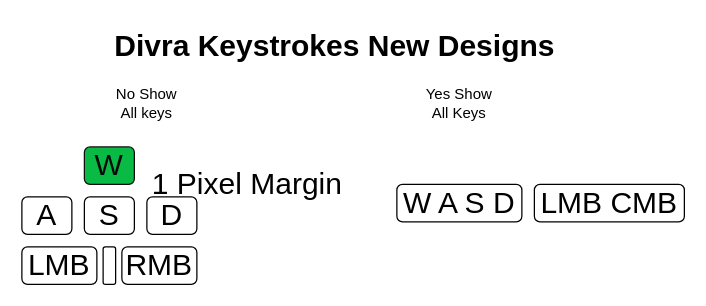
Above: Images/UiElements.drawio in BlxCode/Divra-Bloxd-Extention (draw.io), before the change. Source tidied: cells renumbered, new cells numbered last; positions are measured from the earlier drawing's top-left corner, leaving out a move shared by most shapes. Both pictures are drawn from the tidied source at 125%, with x=0, y=0 at pixel (21, 21).
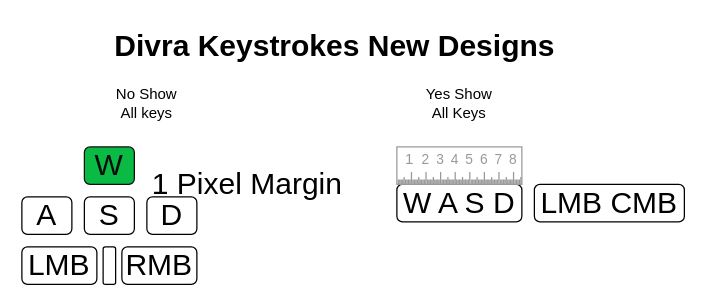
The same page after the edit.

Diff of the diagram source:
```diff
@@
 <mxGraphModel>
   <root>
     <mxCell id="0" />
     <mxCell id="1" parent="0" />
     <mxCell id="2" value="Divra Keystrokes New Designs&lt;br&gt;" style="text;strokeColor=none;fillColor=none;html=1;fontSize=24;fontStyle=1;verticalAlign=middle;align=center;" parent="1" vertex="1">
       <mxGeometry x="200" width="100" height="40" as="geometry" />
     </mxCell>
     <mxCell id="3" value="No Show All keys" style="text;html=1;strokeColor=none;fillColor=none;align=center;verticalAlign=middle;whiteSpace=wrap;rounded=0;" parent="1" vertex="1">
       <mxGeometry x="70" y="50" width="60" height="30" as="geometry" />
     </mxCell>
     <mxCell id="4" value="Yes Show All Keys" style="text;html=1;strokeColor=none;fillColor=none;align=center;verticalAlign=middle;whiteSpace=wrap;rounded=0;" parent="1" vertex="1">
       <mxGeometry x="320" y="50" width="60" height="30" as="geometry" />
     </mxCell>
     <mxCell id="5" value="&lt;font color=&quot;#0a0a0a&quot; style=&quot;font-size: 24px;&quot;&gt;W&lt;/font&gt;" style="rounded=1;whiteSpace=wrap;html=1;fillColor=#09BA44;strokeColor=#0F0F0F;" parent="1" vertex="1">
       <mxGeometry x="50" y="100" width="40" height="30" as="geometry" />
     </mxCell>
     <mxCell id="6" value="&lt;span style=&quot;font-size: 24px;&quot;&gt;S&lt;/span&gt;" style="rounded=1;whiteSpace=wrap;html=1;" parent="1" vertex="1">
       <mxGeometry x="50" y="140" width="40" height="30" as="geometry" />
     </mxCell>
     <mxCell id="7" value="&lt;span style=&quot;font-size: 24px;&quot;&gt;A&lt;/span&gt;" style="rounded=1;whiteSpace=wrap;html=1;" parent="1" vertex="1">
       <mxGeometry y="140" width="40" height="30" as="geometry" />
     </mxCell>
     <mxCell id="8" value="1 Pixel Margin" style="text;html=1;align=center;verticalAlign=middle;strokeColor=none;fillColor=none;fontSize=24;" parent="1" vertex="1">
       <mxGeometry x="90" y="110" width="180" height="40" as="geometry" />
     </mxCell>
     <mxCell id="9" value="&lt;span style=&quot;font-size: 24px;&quot;&gt;D&lt;/span&gt;" style="rounded=1;whiteSpace=wrap;html=1;" parent="1" vertex="1">
       <mxGeometry x="100" y="140" width="40" height="30" as="geometry" />
     </mxCell>
     <mxCell id="10" value="&lt;span style=&quot;font-size: 24px;&quot;&gt;LMB&lt;/span&gt;" style="rounded=1;whiteSpace=wrap;html=1;" parent="1" vertex="1">
       <mxGeometry y="180" width="60" height="30" as="geometry" />
     </mxCell>
     <mxCell id="11" value="&lt;span style=&quot;font-size: 24px;&quot;&gt;RMB&lt;/span&gt;" style="rounded=1;whiteSpace=wrap;html=1;" parent="1" vertex="1">
       <mxGeometry x="80" y="180" width="60" height="30" as="geometry" />
     </mxCell>
     <mxCell id="12" style="rounded=1;whiteSpace=wrap;html=1;arcSize=17;" parent="1" vertex="1">
       <mxGeometry x="65" y="180" width="10" height="30" as="geometry" />
     </mxCell>
     <mxCell id="13" value="&lt;span style=&quot;font-size: 24px;&quot;&gt;W A S D&lt;/span&gt;" style="rounded=1;whiteSpace=wrap;html=1;" parent="1" vertex="1">
       <mxGeometry x="300" y="130" width="100" height="30" as="geometry" />
     </mxCell>
     <mxCell id="14" value="&lt;span style=&quot;font-size: 24px;&quot;&gt;LMB CMB&lt;/span&gt;" style="rounded=1;whiteSpace=wrap;html=1;" parent="1" vertex="1">
       <mxGeometry x="410" y="130" width="120" height="30" as="geometry" />
     </mxCell>
+    <mxCell id="15" value="1" style="strokeWidth=1;shadow=0;dashed=0;align=left;html=1;shape=mxgraph.mockup.misc.ruler2;dx=11.667;rulerOrient=down;unitSize=10;fontColor=#999999;spacingLeft=7.667;align=left;verticalAlign=middle;spacingBottom=10;spacingTop=0;spacingRight=0;spacing=0;strokeColor=#999999;" parent="1" vertex="1">
+      <mxGeometry x="300" y="100" width="100" height="30" as="geometry" />
+    </mxCell>
   </root>
 </mxGraphModel>
```
